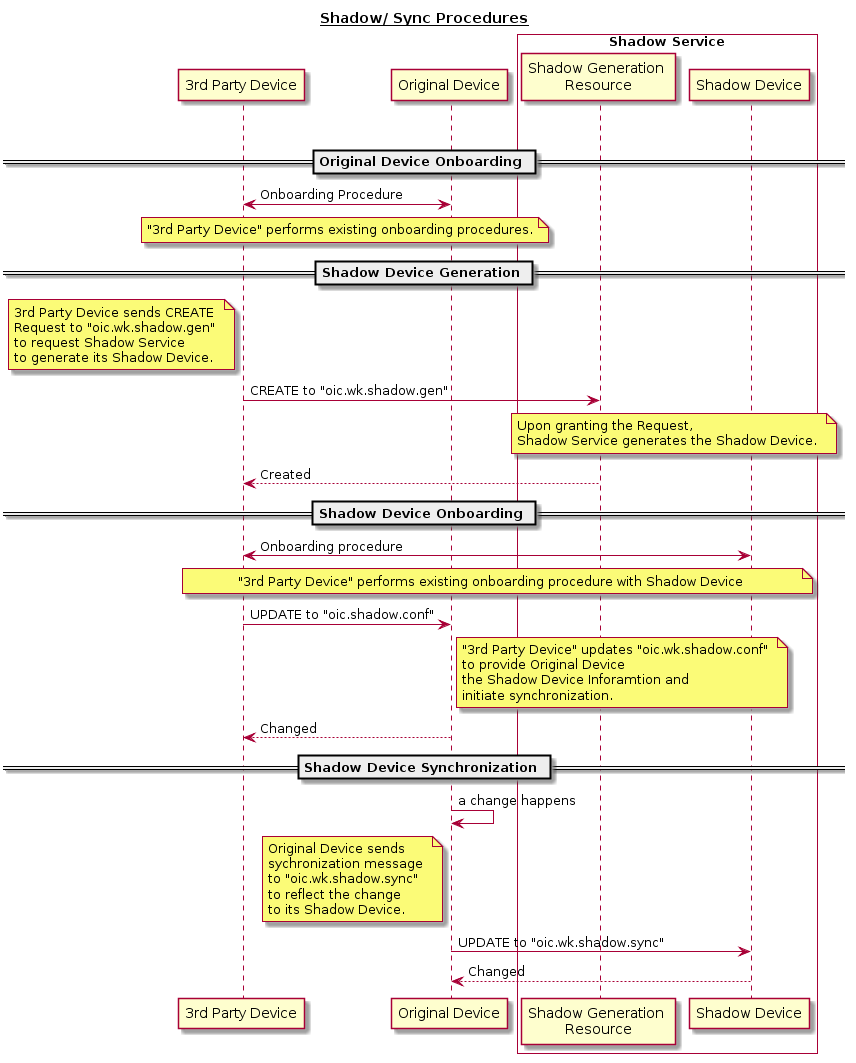
Before: fig0 Shadow Sync Procedures.png, a diagram exported from PlantUML (jinchoe/ShadowSync).
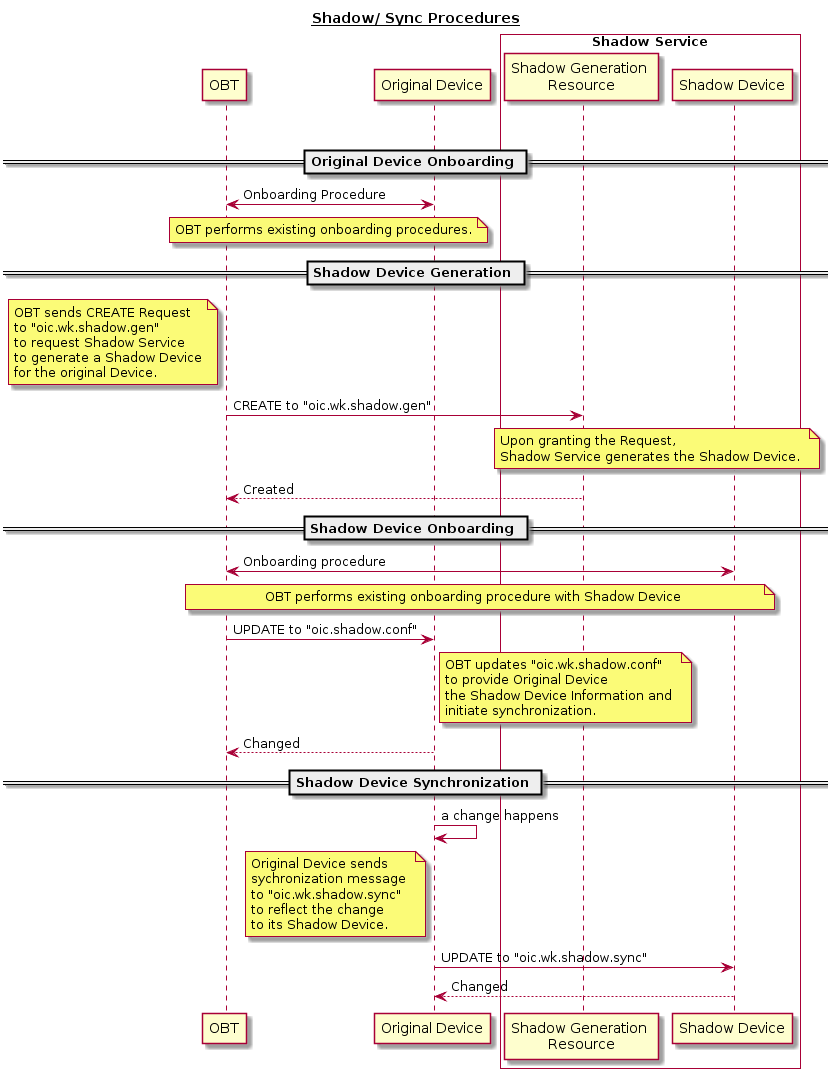
Above is the later version.

The edit, as a diff of the source:
```diff
@@ -3,7 +3,7 @@
 
 |||
 
-participant "3rd Party Device"
+participant OBT
 participant "Original Device"
 participant "Shadow Generation \nResource"
 participant "Shadow Device"
@@ -14,20 +14,21 @@
 
 == Original Device Onboarding ==
 
-"3rd Party Device" <-> "Original Device": Onboarding Procedure
+OBT <-> "Original Device": Onboarding Procedure
 
-note over "3rd Party Device", "Original Device": "3rd Party Device" performs existing onboarding procedures.
+note over OBT, "Original Device": OBT performs existing onboarding procedures.
 
 == Shadow Device Generation ==
 
-note left of "3rd Party Device"
-3rd Party Device sends CREATE
-Request to "oic.wk.shadow.gen"
+note left of OBT
+OBT sends CREATE Request
+to "oic.wk.shadow.gen"
 to request Shadow Service
-to generate its Shadow Device.
+to generate a Shadow Device
+for the original Device.
 endnote
 
-"3rd Party Device" -> "Shadow Generation \nResource": CREATE to "oic.wk.shadow.gen"
+OBT -> "Shadow Generation \nResource": CREATE to "oic.wk.shadow.gen"
 
 
 note over "Shadow Generation \nResource", "Shadow Device"
@@ -35,26 +36,26 @@
 Shadow Service generates the Shadow Device.
 endnote
 
-"Shadow Generation \nResource" --> "3rd Party Device": Created
+"Shadow Generation \nResource" --> OBT: Created
 
 == Shadow Device Onboarding ==
 
-"3rd Party Device" <-> "Shadow Device": Onboarding procedure
+OBT <-> "Shadow Device": Onboarding procedure
 
-note over "3rd Party Device", "Shadow Device"
-"3rd Party Device" performs existing onboarding procedure with Shadow Device
+note over OBT, "Shadow Device"
+OBT performs existing onboarding procedure with Shadow Device
 endnote
 
-"3rd Party Device" -> "Original Device": UPDATE to "oic.shadow.conf"
+OBT -> "Original Device": UPDATE to "oic.shadow.conf"
 
 note right of "Original Device"
-"3rd Party Device" updates "oic.wk.shadow.conf"
+OBT updates "oic.wk.shadow.conf"
 to provide Original Device
-the Shadow Device Inforamtion and
+the Shadow Device Information and
 initiate synchronization.
 endnote
 
-"Original Device" --> "3rd Party Device": Changed
+"Original Device" --> OBT: Changed
 
 == Shadow Device Synchronization ==
 
```
